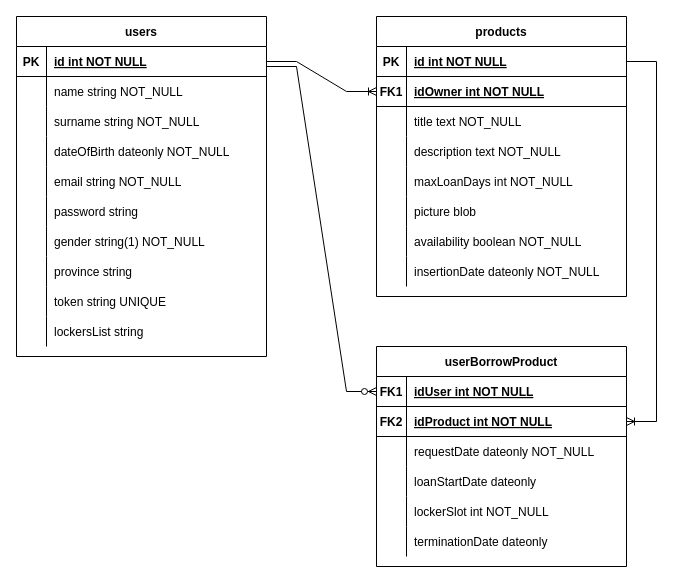
Bonis98/PRESTALOck keeps this draw.io diagram as DB design/Relazionale.drawio. Above is the earlier version. Source tidied: cells renumbered, new cells numbered last; positions are measured from the earlier drawing's top-left corner, leaving out a move shared by most shapes. Both pictures are drawn from the tidied source at 100%, with x=0, y=0 at pixel (16, 16).
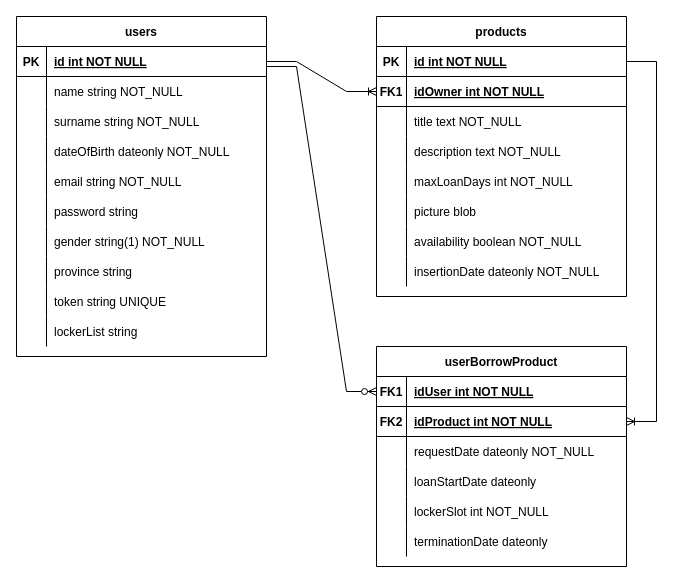
The same diagram, later.

Unchanged cells that the change refers to:
```xml
<mxCell id="30" style="shape=partialRectangle;fillColor=none;top=0;left=0;right=0;bottom=0;" parent="2" vertex="1">
  <mxGeometry y="300" width="250" height="30" as="geometry" />
</mxCell>
```

What changed in the source:
```diff
@@
-    <mxCell id="32" value="lockersList string" style="shape=partialRectangle;overflow=hidden;fillColor=none;top=0;left=0;bottom=0;right=0;align=left;spacingLeft=6;" parent="30" vertex="1">
+    <mxCell id="32" value="lockerList string" style="shape=partialRectangle;overflow=hidden;fillColor=none;top=0;left=0;bottom=0;right=0;align=left;spacingLeft=6;" parent="30" vertex="1">
       <mxGeometry x="30" width="220" height="30" as="geometry" />
     </mxCell>
```
